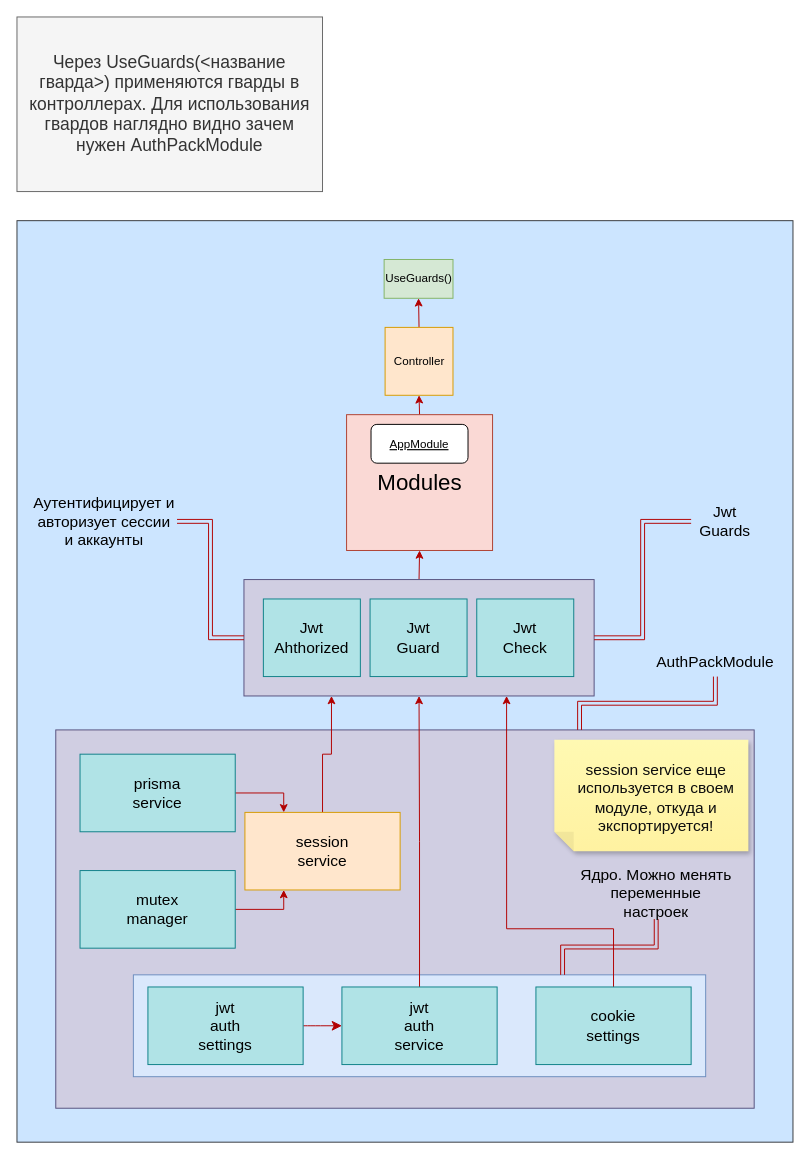
IsaTalantbek/nestjs-monolith keeps this draw.io diagram as page "AuthPackModule" (2 of 2) of documentation/Relations.drawio. Above is the earlier version. Source tidied: cells renumbered, new cells numbered last; positions are measured from the earlier drawing's top-left corner, leaving out a move shared by most shapes. Both pictures are drawn from the tidied source at 97%, with x=0, y=0 at pixel (16, 16).
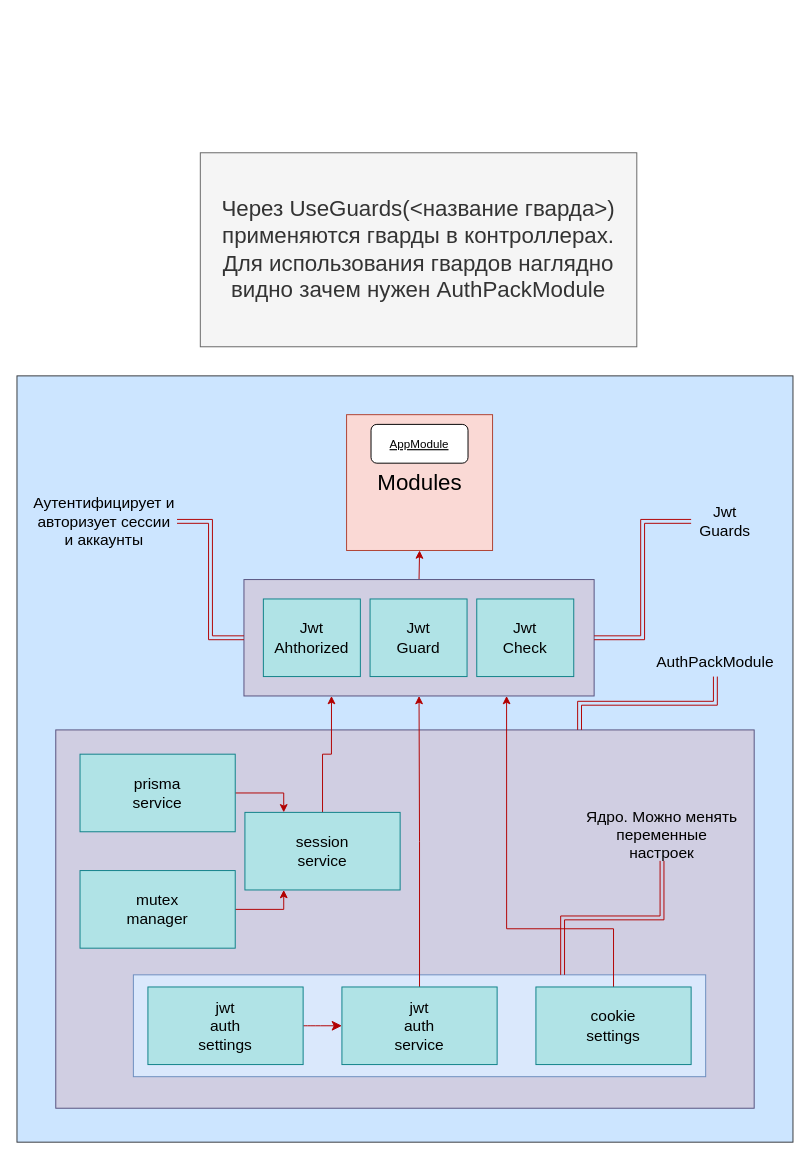
Above is the later version.

The change refers to these unchanged cells:
```xml
<mxCell id="43" value="Modules" style="text;strokeColor=#ae4132;align=center;fillColor=#fad9d5;html=1;verticalAlign=middle;whiteSpace=wrap;rounded=0;fontSize=23;fontColor=#000000;" parent="1" vertex="1">
  <mxGeometry x="339.8" y="410" width="150.5" height="140" as="geometry" />
</mxCell>
```

What changed in the source:
```diff
@@
     <mxCell id="2" style="whiteSpace=wrap;html=1;fillColor=#cce5ff;strokeColor=#36393d;" parent="1" vertex="1">
-      <mxGeometry y="210" width="800" height="950" as="geometry" />
+      <mxGeometry y="370" width="800" height="790" as="geometry" />
     </mxCell>
@@
-    <mxCell id="14" style="rounded=0;whiteSpace=wrap;html=1;fillColor=#ffe6cc;strokeColor=#d79b00;" parent="1" vertex="1">
+    <mxCell id="14" style="rounded=0;whiteSpace=wrap;html=1;fillColor=#b0e3e6;strokeColor=#0e8088;" parent="1" vertex="1">
       <mxGeometry x="235" y="820" width="160" height="80" as="geometry" />
     </mxCell>
@@
-    <mxCell id="30" style="shape=note;whiteSpace=wrap;html=1;backgroundOutline=1;fontColor=#000000;darkOpacity=0.05;fillColor=#FFF9B2;strokeColor=none;fillStyle=solid;direction=west;gradientDirection=north;gradientColor=#FFF2A1;shadow=1;size=20;" parent="1" vertex="1">
-      <mxGeometry x="554" y="745" width="200" height="115" as="geometry" />
-    </mxCell>
-    <mxCell id="31" value="session service еще используется в своем модуле, откуда и экспортируется!" style="text;strokeColor=none;fillColor=none;html=1;align=center;verticalAlign=middle;whiteSpace=wrap;rounded=0;fontSize=16;labelBackgroundColor=none;labelBorderColor=none;spacingTop=0;fontColor=#0D0D0D;" parent="1" vertex="1">
-      <mxGeometry x="574" y="790" width="170" height="30" as="geometry" />
-    </mxCell>
@@
     <mxCell id="35" value="Ядро. Можно менять переменные настроек" style="text;strokeColor=none;fillColor=none;html=1;align=center;verticalAlign=middle;whiteSpace=wrap;rounded=0;fontSize=16;fontColor=#000000;" parent="1" vertex="1">
-      <mxGeometry x="579" y="875" width="160" height="55" as="geometry" />
+      <mxGeometry x="585" y="815" width="160" height="55" as="geometry" />
     </mxCell>
@@
-    <mxCell id="42" style="edgeStyle=orthogonalEdgeStyle;rounded=0;jettySize=auto;html=1;exitX=0.5;exitY=0;exitDx=0;exitDy=0;entryX=0.5;entryY=1;entryDx=0;entryDy=0;fillColor=#e51400;strokeColor=#B20000;" parent="1" edge="1" source="43" target="48">
-      <mxGeometry relative="1" as="geometry" />
-    </mxCell>
@@
-    <mxCell id="45" value="Через UseGuards(&amp;lt;название гварда&amp;gt;) применяются гварды в контроллерах. Для использования гвардов наглядно видно зачем нужен AuthPackModule" style="whiteSpace=wrap;html=1;fontSize=18;fillColor=#f5f5f5;strokeColor=#666666;fontColor=#333333;" parent="1" vertex="1">
-      <mxGeometry width="315" height="180" as="geometry" />
+    <mxCell id="45" value="Через UseGuards(&amp;lt;название гварда&amp;gt;) применяются гварды в контроллерах. Для использования гвардов наглядно видно зачем нужен AuthPackModule" style="whiteSpace=wrap;html=1;fontSize=23;fillColor=#f5f5f5;strokeColor=#666666;fontColor=#333333;" parent="1" vertex="1">
+      <mxGeometry x="189" y="140" width="450" height="200" as="geometry" />
     </mxCell>
-    <mxCell id="46" value="UseGuards()" style="whiteSpace=wrap;html=1;fillColor=#d5e8d4;strokeColor=#82b366;fontColor=#000000;" parent="1" vertex="1">
-      <mxGeometry x="378.5" y="250" width="71" height="40" as="geometry" />
-    </mxCell>
-    <mxCell id="47" style="edgeStyle=orthogonalEdgeStyle;rounded=0;jettySize=auto;html=1;exitX=0.5;exitY=0;exitDx=0;exitDy=0;entryX=0.5;entryY=1;entryDx=0;entryDy=0;fillColor=#e51400;strokeColor=#B20000;" parent="1" edge="1" source="48" target="46">
-      <mxGeometry relative="1" as="geometry" />
-    </mxCell>
-    <mxCell id="48" value="Controller" style="text;strokeColor=#d79b00;align=center;fillColor=#ffe6cc;html=1;verticalAlign=middle;whiteSpace=wrap;rounded=0;fontColor=#000000;" parent="1" vertex="1">
-      <mxGeometry x="379.5" y="320" width="70" height="70" as="geometry" />
-    </mxCell>
```
